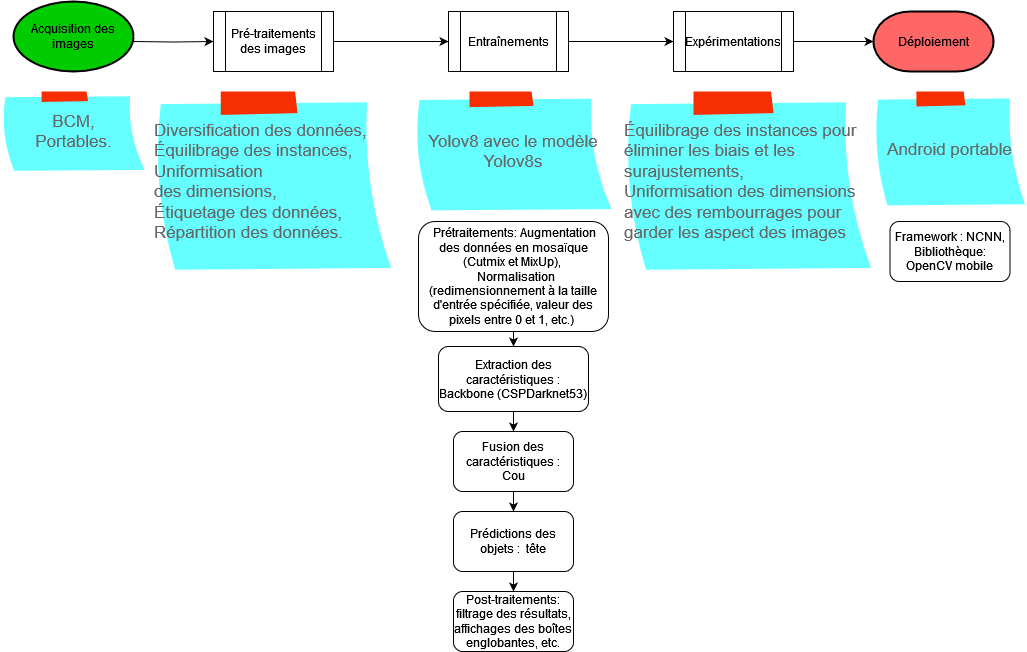
This is Ariary_recognition.drawio.png from bihoux/Repertoire_vaovao, a draw.io export, as it was before one commit. Source tidied: cells renumbered, new cells last; positions are measured from the earlier drawing's top-left corner, leaving out a move shared by most shapes.
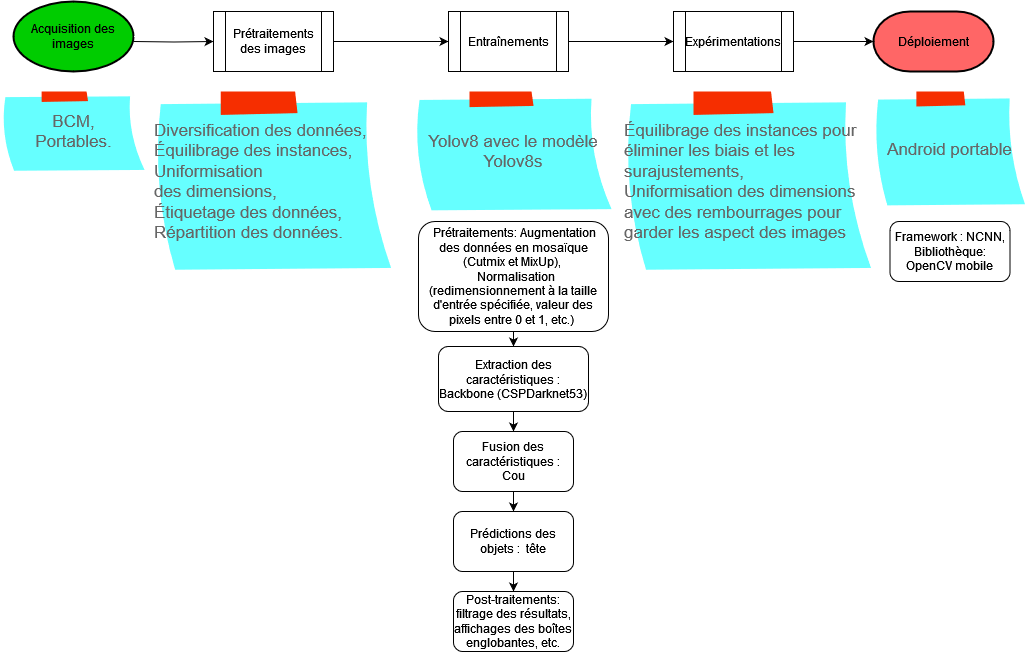
The same file after the commit.

The edit, as a diff of the source:
```diff
@@ -10,7 +10,7 @@
     <mxCell id="3" style="edgeStyle=orthogonalEdgeStyle;rounded=0;jettySize=auto;html=1;fillColor=#66FFFF;" parent="1" edge="1" source="4" target="6">
       <mxGeometry relative="1" as="geometry" />
     </mxCell>
-    <mxCell id="4" value="Pré-traitements des images" style="shape=process;whiteSpace=wrap;html=1;backgroundOutline=1;fillColor=#FFFFFF;fontColor=#000000;" parent="1" vertex="1">
+    <mxCell id="4" value="Prétraitements des images" style="shape=process;whiteSpace=wrap;html=1;backgroundOutline=1;fillColor=#FFFFFF;fontColor=#000000;" parent="1" vertex="1">
       <mxGeometry x="212" y="10" width="120" height="60" as="geometry" />
     </mxCell>
     <mxCell id="5" style="edgeStyle=orthogonalEdgeStyle;rounded=0;jettySize=auto;html=1;fillColor=#66FFFF;" parent="1" edge="1" source="6" target="8">
```
